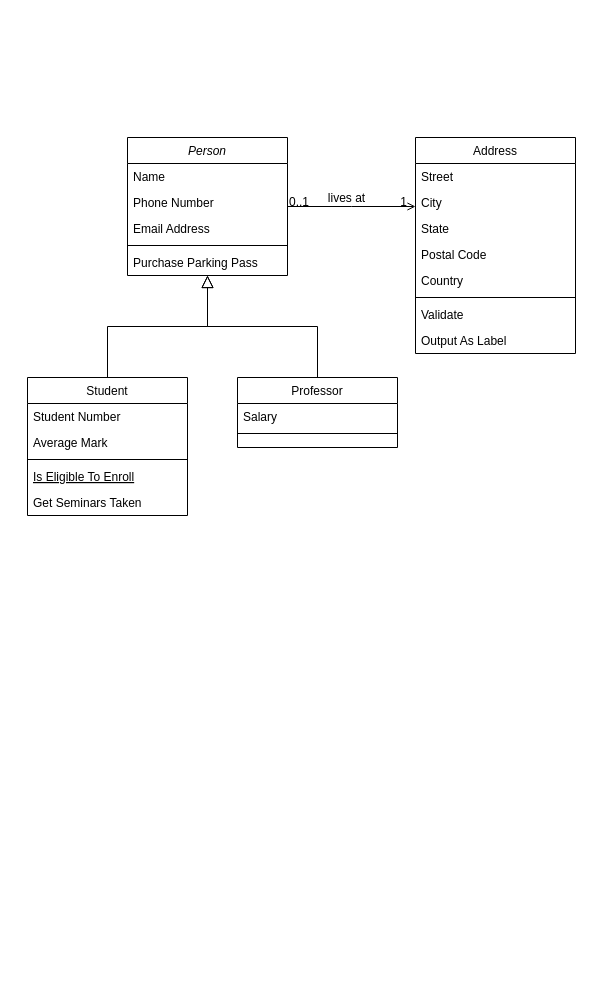
The draw.io diagram classDiagram.drawio in multiverse-elearning-project/multiverse-elearning-project, before the edit. Source tidied: cells renumbered, new cells numbered last; positions are measured from the earlier drawing's top-left corner, leaving out a move shared by most shapes. Both pictures are drawn from the tidied source at 100%, with x=0, y=0 at pixel (27, 137).
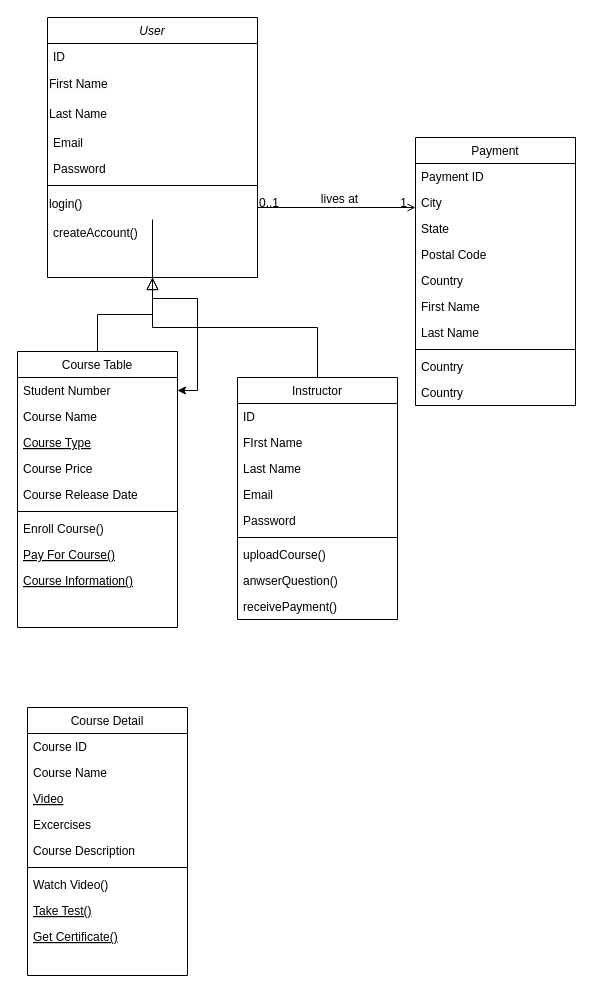
After the change.

The change refers to these unchanged cells:
```xml
<mxCell id="9" value="Student Number" style="text;align=left;verticalAlign=top;spacingLeft=4;spacingRight=4;overflow=hidden;points=[[0,0.5],[1,0.5]];portConstraint=eastwest;" parent="8" vertex="1">
  <mxGeometry y="26" width="160" height="26" as="geometry" />
</mxCell>
```

Change to the diagram source:
```diff
@@
-    <mxCell id="2" value="Person" style="swimlane;fontStyle=2;align=center;verticalAlign=top;horizontal=1;startSize=26;rounded=0;shadow=0;strokeWidth=1;" parent="1" vertex="1">
-      <mxGeometry x="100" width="160" height="138" as="geometry" />
+    <mxCell id="2" value="User" style="swimlane;fontStyle=2;align=center;verticalAlign=top;horizontal=1;startSize=26;rounded=0;shadow=0;strokeWidth=1;" parent="1" vertex="1">
+      <mxGeometry x="20" y="-120" width="210" height="260" as="geometry" />
     </mxCell>
-    <mxCell id="3" value="Name" style="text;align=left;verticalAlign=top;spacingLeft=4;spacingRight=4;overflow=hidden;" parent="2" vertex="1">
-      <mxGeometry y="26" width="160" height="26" as="geometry" />
+    <mxCell id="3" value="ID" style="text;align=left;verticalAlign=top;spacingLeft=4;spacingRight=4;overflow=hidden;" parent="2" vertex="1">
+      <mxGeometry y="26" width="210" height="26" as="geometry" />
     </mxCell>
+    <mxCell id="32" value="&lt;span style=&quot;color: rgb(0, 0, 0); font-family: Helvetica; font-size: 12px; font-style: normal; font-variant-ligatures: normal; font-variant-caps: normal; font-weight: 400; letter-spacing: normal; orphans: 2; text-indent: 0px; text-transform: none; widows: 2; word-spacing: 0px; -webkit-text-stroke-width: 0px; background-color: rgb(251, 251, 251); text-decoration-thickness: initial; text-decoration-style: initial; text-decoration-color: initial; float: none; display: inline !important;&quot;&gt;First Name&lt;/span&gt;" style="text;strokeColor=none;align=left;fillColor=none;html=1;verticalAlign=middle;whiteSpace=wrap;rounded=0;" parent="2" vertex="1">
+      <mxGeometry y="52" width="210" height="30" as="geometry" />
+    </mxCell>
+    <mxCell id="33" value="Last Name" style="text;strokeColor=none;align=left;fillColor=none;html=1;verticalAlign=middle;whiteSpace=wrap;rounded=0;" parent="2" vertex="1">
+      <mxGeometry y="82" width="210" height="30" as="geometry" />
+    </mxCell>
-    <mxCell id="4" value="Phone Number" style="text;align=left;verticalAlign=top;spacingLeft=4;spacingRight=4;overflow=hidden;rounded=0;shadow=0;html=0;" parent="2" vertex="1">
-      <mxGeometry y="52" width="160" height="26" as="geometry" />
+    <mxCell id="4" value="Email " style="text;align=left;verticalAlign=top;spacingLeft=4;spacingRight=4;overflow=hidden;rounded=0;shadow=0;html=0;" parent="2" vertex="1">
+      <mxGeometry y="112" width="210" height="26" as="geometry" />
     </mxCell>
-    <mxCell id="5" value="Email Address" style="text;align=left;verticalAlign=top;spacingLeft=4;spacingRight=4;overflow=hidden;rounded=0;shadow=0;html=0;" parent="2" vertex="1">
-      <mxGeometry y="78" width="160" height="26" as="geometry" />
+    <mxCell id="5" value="Password" style="text;align=left;verticalAlign=top;spacingLeft=4;spacingRight=4;overflow=hidden;rounded=0;shadow=0;html=0;" parent="2" vertex="1">
+      <mxGeometry y="138" width="210" height="26" as="geometry" />
     </mxCell>
     <mxCell id="6" style="line;html=1;strokeWidth=1;align=left;verticalAlign=middle;spacingTop=-1;spacingLeft=3;spacingRight=3;labelPosition=right;" parent="2" vertex="1">
-      <mxGeometry y="104" width="160" height="8" as="geometry" />
+      <mxGeometry y="164" width="210" height="8" as="geometry" />
     </mxCell>
+    <mxCell id="34" value="login()" style="text;strokeColor=none;align=left;fillColor=none;html=1;verticalAlign=middle;whiteSpace=wrap;rounded=0;" parent="2" vertex="1">
+      <mxGeometry y="172" width="210" height="30" as="geometry" />
+    </mxCell>
-    <mxCell id="7" value="Purchase Parking Pass" style="text;align=left;verticalAlign=top;spacingLeft=4;spacingRight=4;overflow=hidden;" parent="2" vertex="1">
-      <mxGeometry y="112" width="160" height="26" as="geometry" />
+    <mxCell id="7" value="createAccount()&#10;" style="text;align=left;verticalAlign=top;spacingLeft=4;spacingRight=4;overflow=hidden;" parent="2" vertex="1">
+      <mxGeometry y="202" width="210" height="26" as="geometry" />
     </mxCell>
-    <mxCell id="8" value="Student" style="swimlane;fontStyle=0;align=center;verticalAlign=top;horizontal=1;startSize=26;rounded=0;shadow=0;strokeWidth=1;" parent="1" vertex="1">
-      <mxGeometry y="240" width="160" height="138" as="geometry" />
+    <mxCell id="8" value="Course Table" style="swimlane;fontStyle=0;align=center;verticalAlign=top;horizontal=1;startSize=26;rounded=0;shadow=0;strokeWidth=1;" parent="1" vertex="1">
+      <mxGeometry x="-10" y="214" width="160" height="276" as="geometry" />
     </mxCell>
@@
-    <mxCell id="10" value="Average Mark" style="text;align=left;verticalAlign=top;spacingLeft=4;spacingRight=4;overflow=hidden;rounded=0;shadow=0;html=0;" parent="8" vertex="1">
+    <mxCell id="10" value="Course Name" style="text;align=left;verticalAlign=top;spacingLeft=4;spacingRight=4;overflow=hidden;rounded=0;shadow=0;html=0;" parent="8" vertex="1">
       <mxGeometry y="52" width="160" height="26" as="geometry" />
     </mxCell>
-    <mxCell id="11" style="line;html=1;strokeWidth=1;align=left;verticalAlign=middle;spacingTop=-1;spacingLeft=3;spacingRight=3;labelPosition=right;" parent="8" vertex="1">
-      <mxGeometry y="78" width="160" height="8" as="geometry" />
-    </mxCell>
-    <mxCell id="12" value="Is Eligible To Enroll" style="text;align=left;verticalAlign=top;spacingLeft=4;spacingRight=4;overflow=hidden;fontStyle=4;" parent="8" vertex="1">
-      <mxGeometry y="86" width="160" height="26" as="geometry" />
+    <mxCell id="12" value="Course Type" style="text;align=left;verticalAlign=top;spacingLeft=4;spacingRight=4;overflow=hidden;fontStyle=4;" parent="8" vertex="1">
+      <mxGeometry y="78" width="160" height="26" as="geometry" />
     </mxCell>
-    <mxCell id="13" value="Get Seminars Taken" style="text;align=left;verticalAlign=top;spacingLeft=4;spacingRight=4;overflow=hidden;" parent="8" vertex="1">
-      <mxGeometry y="112" width="160" height="26" as="geometry" />
+    <mxCell id="13" value="Course Price" style="text;align=left;verticalAlign=top;spacingLeft=4;spacingRight=4;overflow=hidden;" parent="8" vertex="1">
+      <mxGeometry y="104" width="160" height="26" as="geometry" />
     </mxCell>
+    <mxCell id="35" value="Course Release Date&#10;" style="text;align=left;verticalAlign=top;spacingLeft=4;spacingRight=4;overflow=hidden;rounded=0;shadow=0;html=0;" parent="8" vertex="1">
+      <mxGeometry y="130" width="160" height="26" as="geometry" />
+    </mxCell>
+    <mxCell id="11" style="line;html=1;strokeWidth=1;align=left;verticalAlign=middle;spacingTop=-1;spacingLeft=3;spacingRight=3;labelPosition=right;" parent="8" vertex="1">
+      <mxGeometry y="156" width="160" height="8" as="geometry" />
+    </mxCell>
+    <mxCell id="36" value="Enroll Course()" style="text;align=left;verticalAlign=top;spacingLeft=4;spacingRight=4;overflow=hidden;rounded=0;shadow=0;html=0;" parent="8" vertex="1">
+      <mxGeometry y="164" width="160" height="26" as="geometry" />
+    </mxCell>
+    <mxCell id="37" value="Pay For Course()" style="text;align=left;verticalAlign=top;spacingLeft=4;spacingRight=4;overflow=hidden;fontStyle=4;" parent="8" vertex="1">
+      <mxGeometry y="190" width="160" height="26" as="geometry" />
+    </mxCell>
+    <mxCell id="38" value="Course Information()" style="text;align=left;verticalAlign=top;spacingLeft=4;spacingRight=4;overflow=hidden;fontStyle=4;" parent="8" vertex="1">
+      <mxGeometry y="216" width="160" height="26" as="geometry" />
+    </mxCell>
@@
-    <mxCell id="15" value="Professor" style="swimlane;fontStyle=0;align=center;verticalAlign=top;horizontal=1;startSize=26;rounded=0;shadow=0;strokeWidth=1;" parent="1" vertex="1">
-      <mxGeometry x="210" y="240" width="160" height="70" as="geometry" />
+    <mxCell id="15" value="Instructor" style="swimlane;fontStyle=0;align=center;verticalAlign=top;horizontal=1;startSize=26;rounded=0;shadow=0;strokeWidth=1;" parent="1" vertex="1">
+      <mxGeometry x="210" y="240" width="160" height="242" as="geometry" />
     </mxCell>
-    <mxCell id="16" value="Salary" style="text;align=left;verticalAlign=top;spacingLeft=4;spacingRight=4;overflow=hidden;" parent="15" vertex="1">
+    <mxCell id="16" value="ID" style="text;align=left;verticalAlign=top;spacingLeft=4;spacingRight=4;overflow=hidden;" parent="15" vertex="1">
       <mxGeometry y="26" width="160" height="26" as="geometry" />
     </mxCell>
+    <mxCell id="39" value="FIrst Name" style="text;align=left;verticalAlign=top;spacingLeft=4;spacingRight=4;overflow=hidden;" parent="15" vertex="1">
+      <mxGeometry y="52" width="160" height="26" as="geometry" />
+    </mxCell>
+    <mxCell id="40" value="Last Name" style="text;align=left;verticalAlign=top;spacingLeft=4;spacingRight=4;overflow=hidden;" parent="15" vertex="1">
+      <mxGeometry y="78" width="160" height="26" as="geometry" />
+    </mxCell>
+    <mxCell id="41" value="Email" style="text;align=left;verticalAlign=top;spacingLeft=4;spacingRight=4;overflow=hidden;" parent="15" vertex="1">
+      <mxGeometry y="104" width="160" height="26" as="geometry" />
+    </mxCell>
+    <mxCell id="42" value="Password" style="text;align=left;verticalAlign=top;spacingLeft=4;spacingRight=4;overflow=hidden;" parent="15" vertex="1">
+      <mxGeometry y="130" width="160" height="26" as="geometry" />
+    </mxCell>
     <mxCell id="17" style="line;html=1;strokeWidth=1;align=left;verticalAlign=middle;spacingTop=-1;spacingLeft=3;spacingRight=3;labelPosition=right;" parent="15" vertex="1">
-      <mxGeometry y="52" width="160" height="8" as="geometry" />
+      <mxGeometry y="156" width="160" height="8" as="geometry" />
     </mxCell>
+    <mxCell id="43" value="uploadCourse()" style="text;align=left;verticalAlign=top;spacingLeft=4;spacingRight=4;overflow=hidden;" parent="15" vertex="1">
+      <mxGeometry y="164" width="160" height="26" as="geometry" />
+    </mxCell>
+    <mxCell id="44" value="anwserQuestion()" style="text;align=left;verticalAlign=top;spacingLeft=4;spacingRight=4;overflow=hidden;" parent="15" vertex="1">
+      <mxGeometry y="190" width="160" height="26" as="geometry" />
+    </mxCell>
+    <mxCell id="45" value="receivePayment()" style="text;align=left;verticalAlign=top;spacingLeft=4;spacingRight=4;overflow=hidden;" parent="15" vertex="1">
+      <mxGeometry y="216" width="160" height="26" as="geometry" />
+    </mxCell>
@@
-    <mxCell id="19" value="Address" style="swimlane;fontStyle=0;align=center;verticalAlign=top;horizontal=1;startSize=26;rounded=0;shadow=0;strokeWidth=1;" parent="1" vertex="1">
-      <mxGeometry x="388" width="160" height="216" as="geometry" />
+    <mxCell id="19" value="Payment" style="swimlane;fontStyle=0;align=center;verticalAlign=top;horizontal=1;startSize=26;rounded=0;shadow=0;strokeWidth=1;" parent="1" vertex="1">
+      <mxGeometry x="388" width="160" height="268" as="geometry" />
     </mxCell>
-    <mxCell id="20" value="Street" style="text;align=left;verticalAlign=top;spacingLeft=4;spacingRight=4;overflow=hidden;" parent="19" vertex="1">
+    <mxCell id="20" value="Payment ID" style="text;align=left;verticalAlign=top;spacingLeft=4;spacingRight=4;overflow=hidden;" parent="19" vertex="1">
       <mxGeometry y="26" width="160" height="26" as="geometry" />
     </mxCell>
@@
-    <mxCell id="25" style="line;html=1;strokeWidth=1;align=left;verticalAlign=middle;spacingTop=-1;spacingLeft=3;spacingRight=3;labelPosition=right;" parent="19" vertex="1">
-      <mxGeometry y="156" width="160" height="8" as="geometry" />
-    </mxCell>
-    <mxCell id="26" value="Validate" style="text;align=left;verticalAlign=top;spacingLeft=4;spacingRight=4;overflow=hidden;" parent="19" vertex="1">
-      <mxGeometry y="164" width="160" height="26" as="geometry" />
+    <mxCell id="26" value="First Name" style="text;align=left;verticalAlign=top;spacingLeft=4;spacingRight=4;overflow=hidden;" parent="19" vertex="1">
+      <mxGeometry y="156" width="160" height="26" as="geometry" />
     </mxCell>
-    <mxCell id="27" value="Output As Label" style="text;align=left;verticalAlign=top;spacingLeft=4;spacingRight=4;overflow=hidden;" parent="19" vertex="1">
-      <mxGeometry y="190" width="160" height="26" as="geometry" />
+    <mxCell id="27" value="Last Name" style="text;align=left;verticalAlign=top;spacingLeft=4;spacingRight=4;overflow=hidden;" parent="19" vertex="1">
+      <mxGeometry y="182" width="160" height="26" as="geometry" />
     </mxCell>
+    <mxCell id="25" style="line;html=1;strokeWidth=1;align=left;verticalAlign=middle;spacingTop=-1;spacingLeft=3;spacingRight=3;labelPosition=right;" parent="19" vertex="1">
+      <mxGeometry y="208" width="160" height="8" as="geometry" />
+    </mxCell>
+    <mxCell id="46" value="Country" style="text;align=left;verticalAlign=top;spacingLeft=4;spacingRight=4;overflow=hidden;rounded=0;shadow=0;html=0;" parent="19" vertex="1">
+      <mxGeometry y="216" width="160" height="26" as="geometry" />
+    </mxCell>
+    <mxCell id="47" value="Country" style="text;align=left;verticalAlign=top;spacingLeft=4;spacingRight=4;overflow=hidden;rounded=0;shadow=0;html=0;" parent="19" vertex="1">
+      <mxGeometry y="242" width="160" height="26" as="geometry" />
+    </mxCell>
@@
+    <mxCell id="48" style="edgeStyle=orthogonalEdgeStyle;rounded=0;jettySize=auto;html=1;" parent="1" edge="1" source="34" target="9">
+      <mxGeometry relative="1" as="geometry" />
+    </mxCell>
+    <mxCell id="49" value="Course Detail" style="swimlane;fontStyle=0;align=center;verticalAlign=top;horizontal=1;startSize=26;rounded=0;shadow=0;strokeWidth=1;" parent="1" vertex="1">
+      <mxGeometry y="570" width="160" height="268" as="geometry" />
+    </mxCell>
+    <mxCell id="50" value="Course ID" style="text;align=left;verticalAlign=top;spacingLeft=4;spacingRight=4;overflow=hidden;" parent="49" vertex="1">
+      <mxGeometry y="26" width="160" height="26" as="geometry" />
+    </mxCell>
+    <mxCell id="51" value="Course Name" style="text;align=left;verticalAlign=top;spacingLeft=4;spacingRight=4;overflow=hidden;rounded=0;shadow=0;html=0;" parent="49" vertex="1">
+      <mxGeometry y="52" width="160" height="26" as="geometry" />
+    </mxCell>
+    <mxCell id="52" value="Video" style="text;align=left;verticalAlign=top;spacingLeft=4;spacingRight=4;overflow=hidden;fontStyle=4;" parent="49" vertex="1">
+      <mxGeometry y="78" width="160" height="26" as="geometry" />
+    </mxCell>
+    <mxCell id="53" value="Excercises" style="text;align=left;verticalAlign=top;spacingLeft=4;spacingRight=4;overflow=hidden;" parent="49" vertex="1">
+      <mxGeometry y="104" width="160" height="26" as="geometry" />
+    </mxCell>
+    <mxCell id="54" value="Course Description " style="text;align=left;verticalAlign=top;spacingLeft=4;spacingRight=4;overflow=hidden;rounded=0;shadow=0;html=0;" parent="49" vertex="1">
+      <mxGeometry y="130" width="160" height="26" as="geometry" />
+    </mxCell>
+    <mxCell id="55" style="line;html=1;strokeWidth=1;align=left;verticalAlign=middle;spacingTop=-1;spacingLeft=3;spacingRight=3;labelPosition=right;" parent="49" vertex="1">
+      <mxGeometry y="156" width="160" height="8" as="geometry" />
+    </mxCell>
+    <mxCell id="56" value="Watch Video()" style="text;align=left;verticalAlign=top;spacingLeft=4;spacingRight=4;overflow=hidden;rounded=0;shadow=0;html=0;" parent="49" vertex="1">
+      <mxGeometry y="164" width="160" height="26" as="geometry" />
+    </mxCell>
+    <mxCell id="57" value="Take Test()" style="text;align=left;verticalAlign=top;spacingLeft=4;spacingRight=4;overflow=hidden;fontStyle=4;" parent="49" vertex="1">
+      <mxGeometry y="190" width="160" height="26" as="geometry" />
+    </mxCell>
+    <mxCell id="58" value="Get Certificate()" style="text;align=left;verticalAlign=top;spacingLeft=4;spacingRight=4;overflow=hidden;fontStyle=4;" parent="49" vertex="1">
+      <mxGeometry y="216" width="160" height="26" as="geometry" />
+    </mxCell>
```
